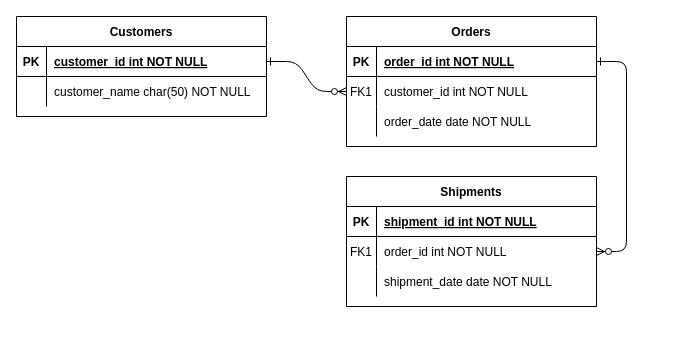
Before: Diagramas/stn.drawio in leopoldo109/stn, a draw.io diagram. Source tidied: cells renumbered, new cells numbered last; positions are measured from the earlier drawing's top-left corner, leaving out a move shared by most shapes. Both pictures are drawn from the tidied source at 100%, with x=0, y=0 at pixel (16, 16).
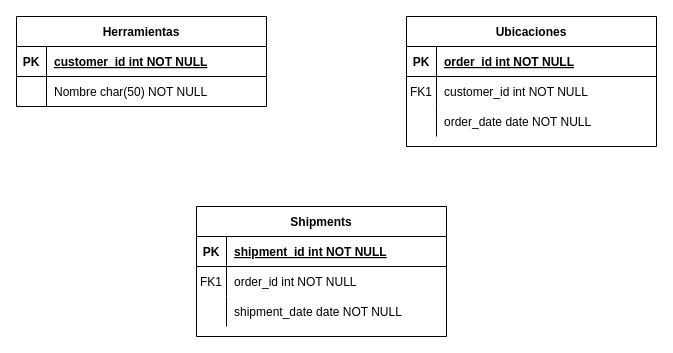
The same page after the edit.

Unchanged cells that the change refers to:
```xml
<mxCell id="5" style="shape=partialRectangle;fillColor=none;points=[[0,0.5],[1,0.5]];portConstraint=eastwest;top=0;left=0;right=0;bottom=1;" parent="4" vertex="1">
  <mxGeometry y="30" width="250" height="30" as="geometry" />
</mxCell>
<mxCell id="8" style="shape=partialRectangle;fillColor=none;points=[[0,0.5],[1,0.5]];portConstraint=eastwest;top=0;left=0;right=0;bottom=0;" parent="4" vertex="1">
  <mxGeometry y="60" width="250" height="30" as="geometry" />
</mxCell>
<mxCell id="18" style="shape=partialRectangle;fillColor=none;points=[[0,0.5],[1,0.5]];portConstraint=eastwest;top=0;left=0;right=0;bottom=0;" parent="14" vertex="1">
  <mxGeometry y="60" width="250" height="30" as="geometry" />
</mxCell>
<mxCell id="25" style="shape=partialRectangle;fillColor=none;points=[[0,0.5],[1,0.5]];portConstraint=eastwest;top=0;left=0;right=0;bottom=1;" parent="24" vertex="1">
  <mxGeometry y="30" width="250" height="30" as="geometry" />
</mxCell>
<mxCell id="28" style="shape=partialRectangle;fillColor=none;top=0;left=0;right=0;bottom=0;" parent="24" vertex="1">
  <mxGeometry y="60" width="250" height="30" as="geometry" />
</mxCell>
```

What changed in the source:
```diff
@@
-    <mxCell id="2" style="edgeStyle=entityRelationEdgeStyle;endArrow=ERzeroToMany;startArrow=ERone;endFill=1;startFill=0;" parent="1" edge="1" source="25" target="8">
-      <mxGeometry relative="1" as="geometry" />
-    </mxCell>
-    <mxCell id="3" style="edgeStyle=entityRelationEdgeStyle;endArrow=ERzeroToMany;startArrow=ERone;endFill=1;startFill=0;" parent="1" edge="1" source="5" target="18">
-      <mxGeometry relative="1" as="geometry" />
-    </mxCell>
-    <mxCell id="4" value="Orders" style="shape=table;startSize=30;childLayout=tableLayout;rowLines=0;fontStyle=1;align=center;" parent="1" vertex="1">
-      <mxGeometry x="330" width="250" height="130" as="geometry" />
+    <mxCell id="4" value="Ubicaciones" style="shape=table;startSize=30;childLayout=tableLayout;rowLines=0;fontStyle=1;align=center;" parent="1" vertex="1">
+      <mxGeometry x="390" width="250" height="130" as="geometry" />
     </mxCell>
@@
     <mxCell id="14" value="Shipments" style="shape=table;startSize=30;childLayout=tableLayout;rowLines=0;fontStyle=1;align=center;" parent="1" vertex="1">
-      <mxGeometry x="330" y="160" width="250" height="130" as="geometry" />
+      <mxGeometry x="180" y="190" width="250" height="130" as="geometry" />
     </mxCell>
@@
-    <mxCell id="24" value="Customers" style="shape=table;startSize=30;childLayout=tableLayout;rowLines=0;fontStyle=1;align=center;" parent="1" vertex="1">
-      <mxGeometry width="250" height="100" as="geometry" />
+    <mxCell id="24" value="Herramientas" style="shape=table;startSize=30;childLayout=tableLayout;rowLines=0;fontStyle=1;align=center;" parent="1" vertex="1">
+      <mxGeometry width="250" height="90" as="geometry" />
     </mxCell>
@@
-    <mxCell id="30" value="customer_name char(50) NOT NULL" style="shape=partialRectangle;overflow=hidden;fillColor=none;top=0;left=0;bottom=0;right=0;align=left;spacingLeft=6;" parent="28" vertex="1">
+    <mxCell id="30" value="Nombre char(50) NOT NULL" style="shape=partialRectangle;overflow=hidden;fillColor=none;top=0;left=0;bottom=0;right=0;align=left;spacingLeft=6;" parent="28" vertex="1">
       <mxGeometry x="30" width="220" height="30" as="geometry" />
     </mxCell>
```
